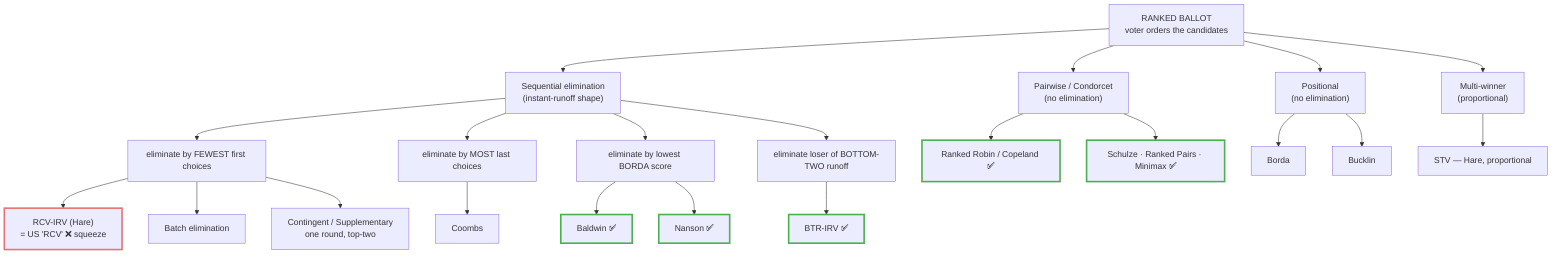
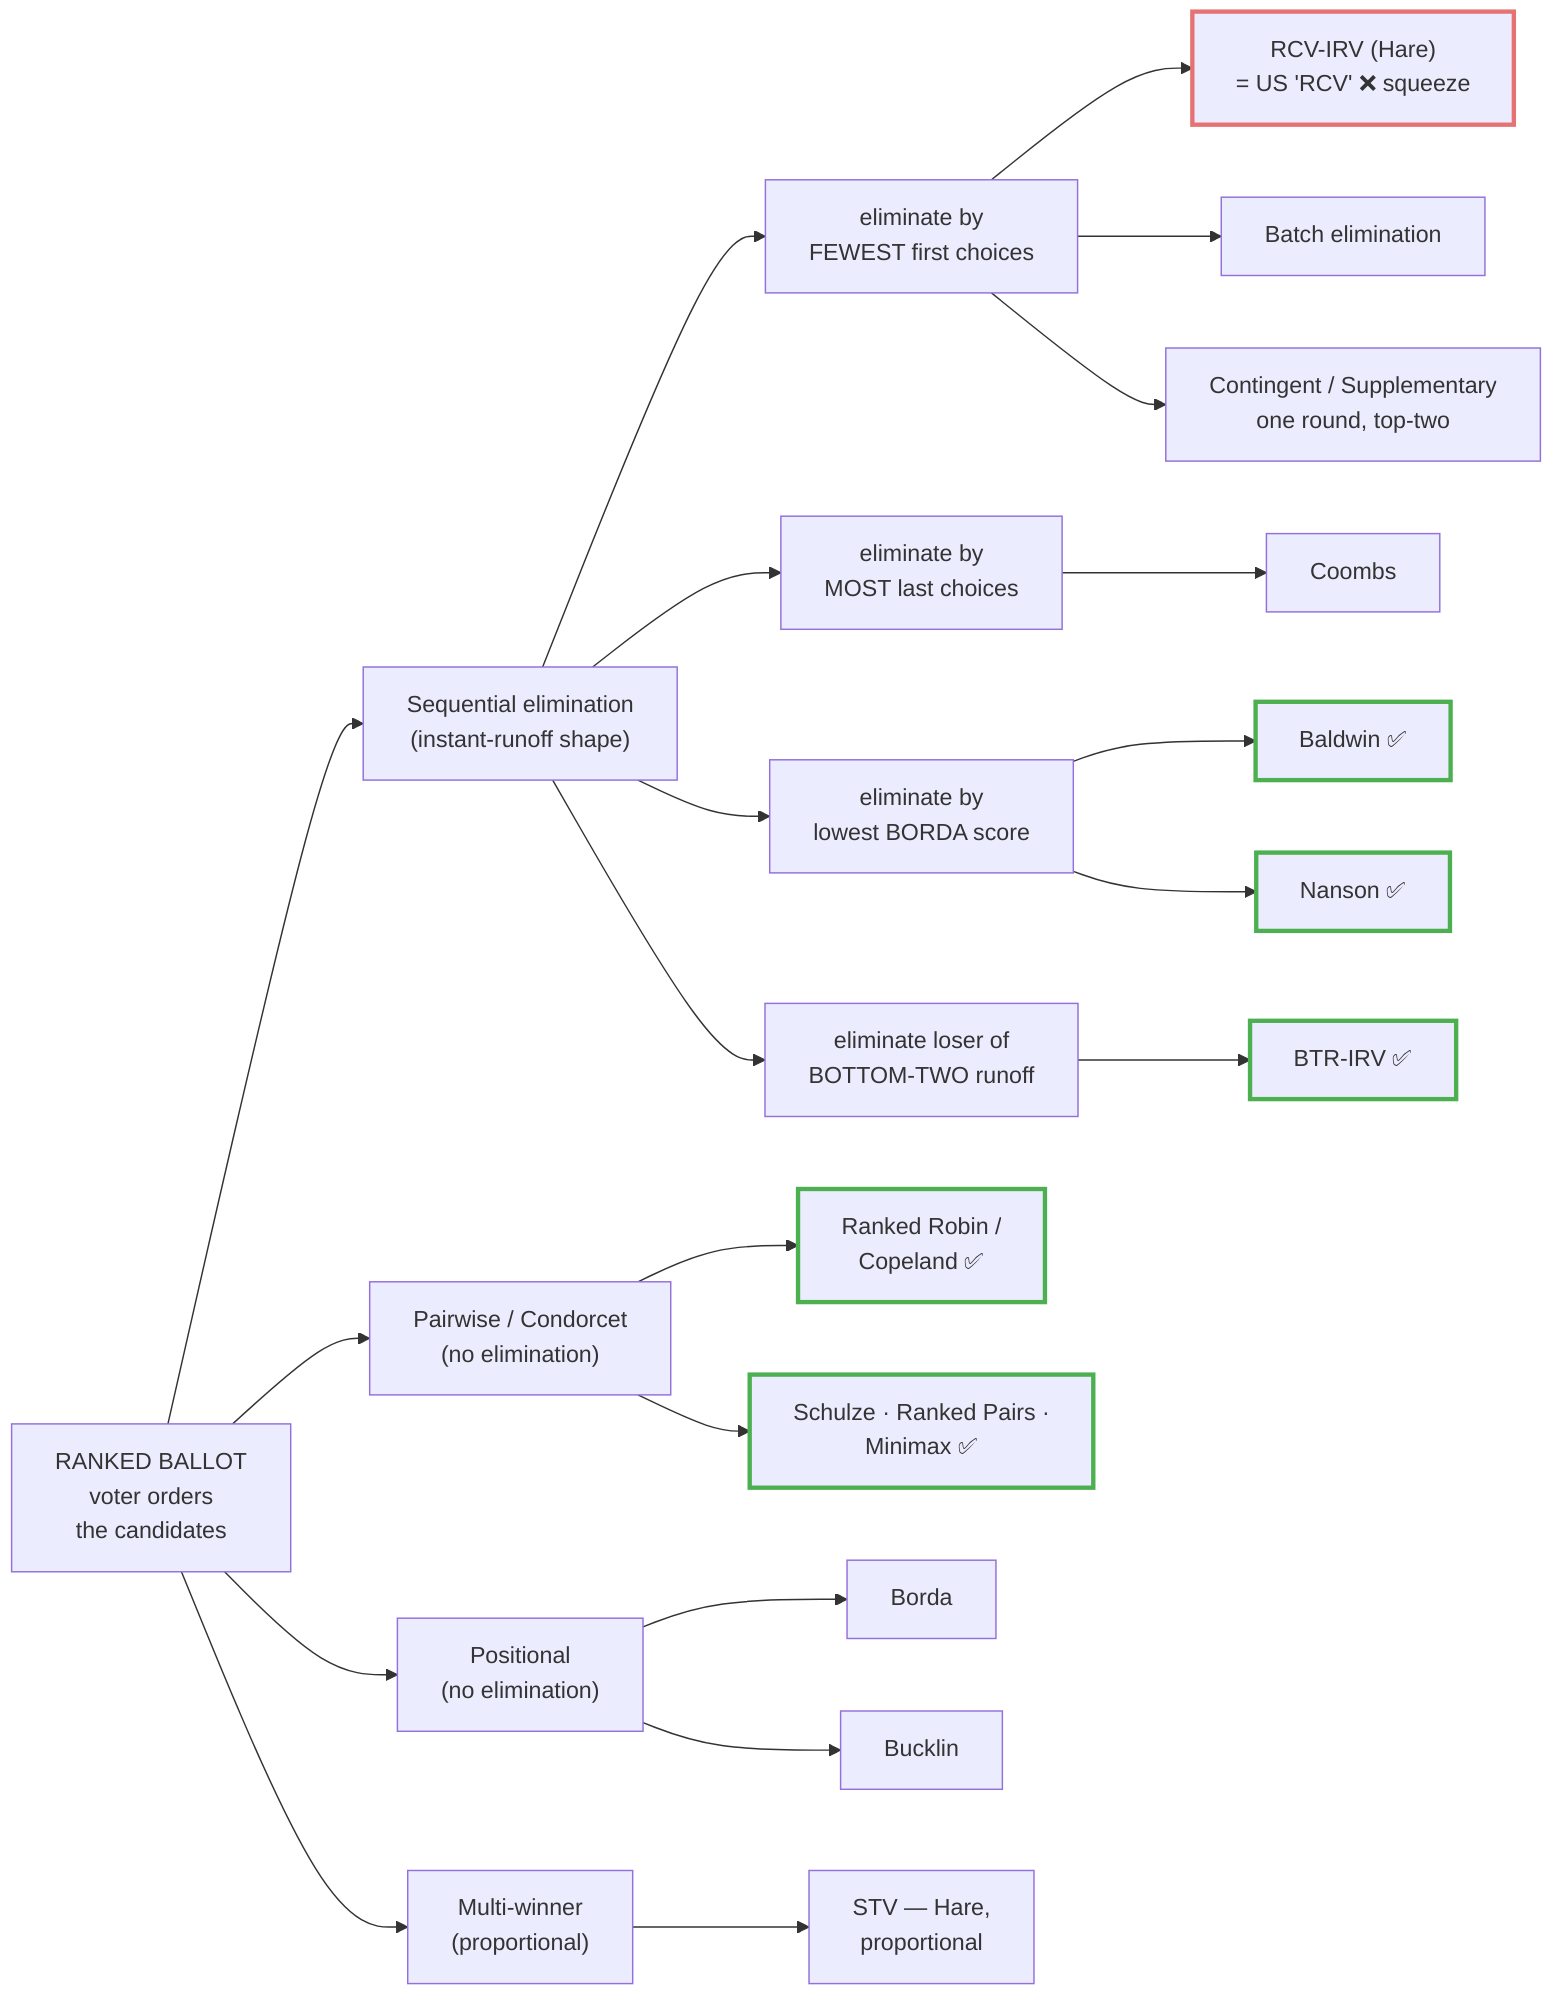
%% How ranked-voting (RCV) methods divide.
%% Same ranked ballot, different rules. ✅ = Condorcet-safe; ❌ = Hare center squeeze.
%% Score/rate methods (STAR, Approval, Score) are NOT ranked, so they're not shown.
- graph TD
-     R["RANKED BALLOT<br/>voter orders the candidates"]
+ graph LR
+     %% LR, not TD: the 12 leaves stack vertically, keeping the diagram ~4 node-columns
+     %% wide — a TD layout is ~2300px wide and gets shrunk to unreadable on the site.
+     R["RANKED BALLOT<br/>voter orders<br/>the candidates"]

    R --> SEQ["Sequential elimination<br/>(instant-runoff shape)"]
    R --> PW["Pairwise / Condorcet<br/>(no elimination)"]
    R --> POS["Positional<br/>(no elimination)"]
    R --> MW["Multi-winner<br/>(proportional)"]

-     SEQ --> F1["eliminate by FEWEST first choices"]
-     SEQ --> FL["eliminate by MOST last choices"]
-     SEQ --> FB["eliminate by lowest BORDA score"]
-     SEQ --> FH["eliminate loser of BOTTOM-TWO runoff"]
+     SEQ --> F1["eliminate by<br/>FEWEST first choices"]
+     SEQ --> FL["eliminate by<br/>MOST last choices"]
+     SEQ --> FB["eliminate by<br/>lowest BORDA score"]
+     SEQ --> FH["eliminate loser of<br/>BOTTOM-TWO runoff"]

    F1 --> HARE["RCV-IRV (Hare)<br/>= US 'RCV' ❌ squeeze"]
    F1 --> BATCH["Batch elimination"]
    F1 --> CONT["Contingent / Supplementary<br/>one round, top-two"]
    FL --> COOMBS["Coombs"]
    FB --> BALD["Baldwin ✅"]
    FB --> NAN["Nanson ✅"]
    FH --> BTR["BTR-IRV ✅"]

-     PW --> RR["Ranked Robin / Copeland ✅"]
-     PW --> CMORE["Schulze · Ranked Pairs · Minimax ✅"]
+     PW --> RR["Ranked Robin /<br/>Copeland ✅"]
+     PW --> CMORE["Schulze · Ranked Pairs ·<br/>Minimax ✅"]
    POS --> BORDA["Borda"]
    POS --> BUCK["Bucklin"]
-     MW --> STV["STV — Hare, proportional"]
+     MW --> STV["STV — Hare,<br/>proportional"]

    %% stroke-only highlighting: hard-coded fills break dark mode (the site theme
    %% controls label color, so light fills get light text); borders work in both.
    classDef safe stroke:#4caf50,stroke-width:3px;
    classDef squeeze stroke:#e57373,stroke-width:3px;
    class BALD,NAN,BTR,RR,CMORE safe;
    class HARE squeeze;
